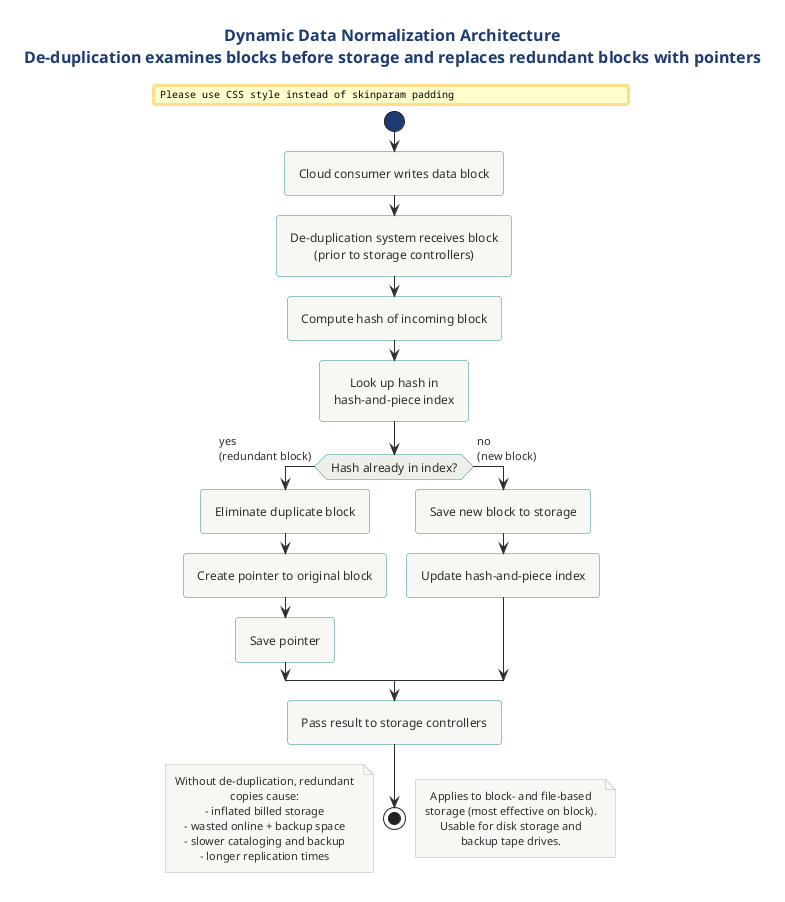
The PlantUML diagram src/architecture/cloud/architecture/cloud-architecture-diagram-library/specialized-cloud-architectures-puml/png/03-dynamic-data-normalization.png in Notoriousjayy/latex-docs, before a commit. The source it was exported from:
```plantuml
@startuml dynamic_data_normalization
!include ../../../../../../tooling/styles/plantuml/behavioral/activity-diagram-style.iuml

title Dynamic Data Normalization Architecture\nDe-duplication examines blocks before storage and replaces redundant blocks with pointers

start
:Cloud consumer writes data block;
:De-duplication system receives block
(prior to storage controllers);
:Compute hash of incoming block;
:Look up hash in
hash-and-piece index;
if (Hash already in index?) then (yes\n(redundant block))
  :Eliminate duplicate block;
  :Create pointer to original block;
  :Save pointer;
else (no\n(new block))
  :Save new block to storage;
  :Update hash-and-piece index;
endif
:Pass result to storage controllers;
stop

note right
  Applies to block- and file-based
  storage (most effective on block).
  Usable for disk storage and
  backup tape drives.
end note

note left
  Without de-duplication, redundant
  copies cause:
  - inflated billed storage
  - wasted online + backup space
  - slower cataloging and backup
  - longer replication times
end note

@enduml
```
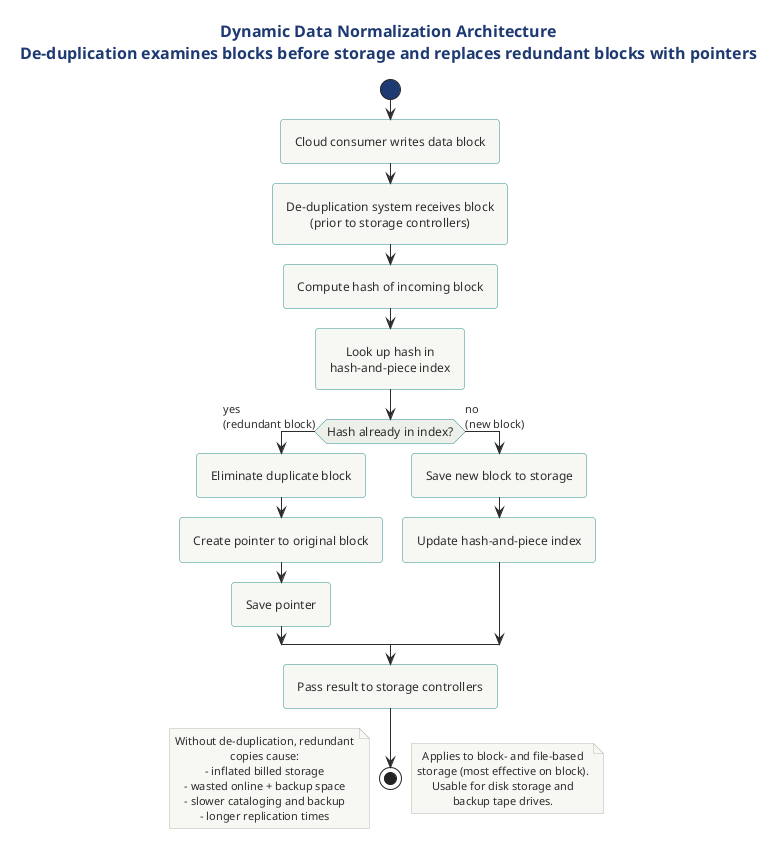
Above is the later version.

Change to the diagram source:
```diff
@@ -1,4 +1,4 @@
-@startuml dynamic_data_normalization
+@startuml
 !include ../../../../../../tooling/styles/plantuml/behavioral/activity-diagram-style.iuml
 
 title Dynamic Data Normalization Architecture\nDe-duplication examines blocks before storage and replaces redundant blocks with pointers
```
